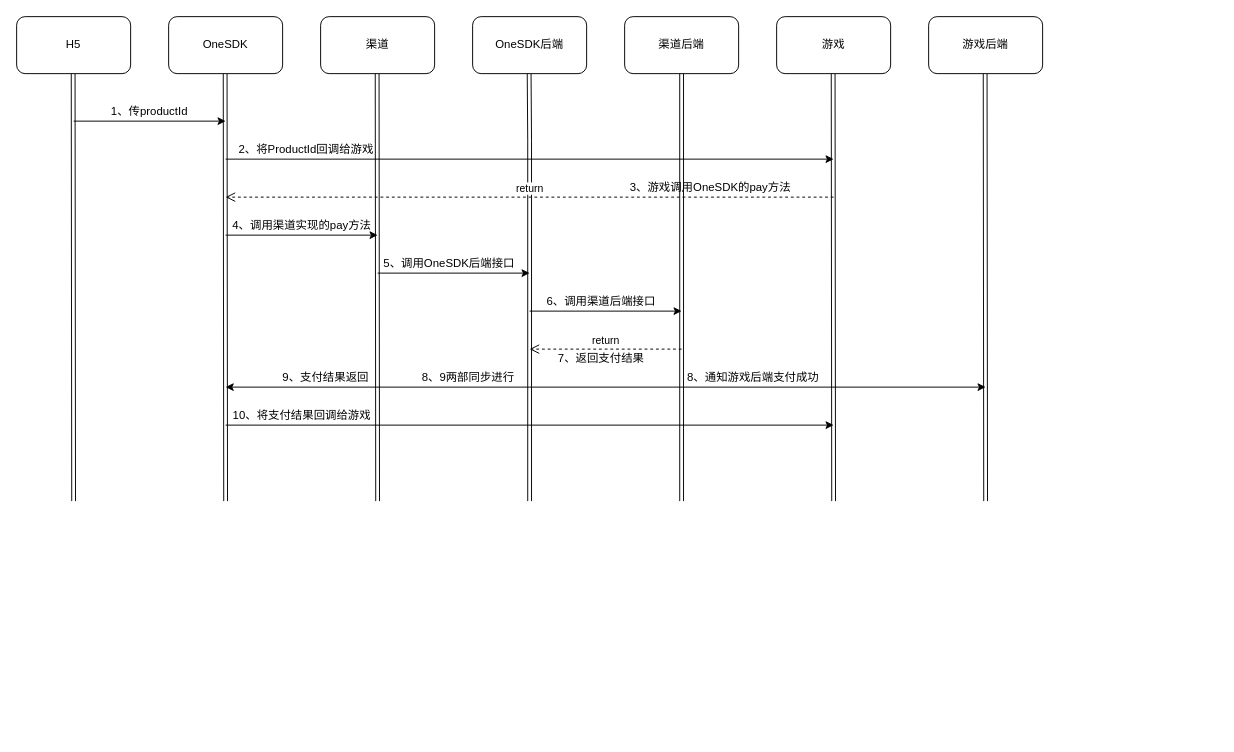
Above: Untitled Diagram.drawio in chenchaoPgy/beisaier (draw.io), before the change. Source tidied: cells renumbered, new cells numbered last; positions are measured from the earlier drawing's top-left corner, leaving out a move shared by most shapes. Both pictures are drawn from the tidied source at 95%, with x=0, y=0 at pixel (16, 16).
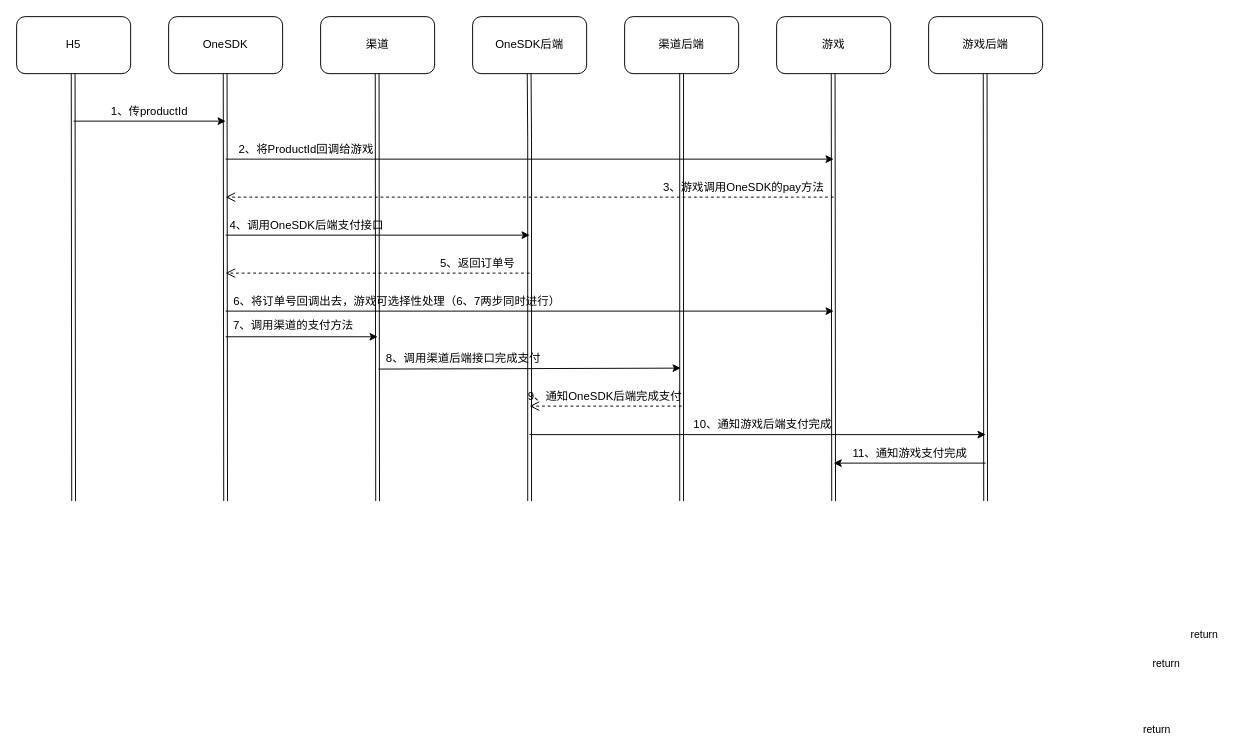
The same diagram, later.

Diff of the diagram source:
```diff
@@
     <mxCell id="20" value="return" style="html=1;verticalAlign=bottom;endArrow=open;dashed=1;endSize=8;" parent="1" edge="1">
-      <mxGeometry relative="1" as="geometry">
+      <mxGeometry x="-1" y="611" relative="1" as="geometry">
         <mxPoint x="860" y="190" as="sourcePoint" />
         <mxPoint x="220" y="190" as="targetPoint" />
+        <mxPoint x="390" y="-141" as="offset" />
       </mxGeometry>
     </mxCell>
     <mxCell id="21" value="3、游戏调用OneSDK的pay方法" style="text;html=1;align=center;verticalAlign=middle;strokeColor=none;" parent="1" vertex="1">
-      <mxGeometry x="640" y="170" width="180" height="20" as="geometry" />
+      <mxGeometry x="675" y="170" width="180" height="20" as="geometry" />
     </mxCell>
     <mxCell id="22" style="endArrow=classic;html=1;" parent="1" edge="1">
       <mxGeometry relative="1" as="geometry">
         <mxPoint x="220" y="230" as="sourcePoint" />
-        <mxPoint x="380" y="230" as="targetPoint" />
+        <mxPoint x="540" y="230" as="targetPoint" />
       </mxGeometry>
     </mxCell>
-    <mxCell id="23" value="4、调用渠道实现的pay方法" style="text;html=1;align=center;verticalAlign=middle;strokeColor=none;" parent="1" vertex="1">
-      <mxGeometry x="220" y="210" width="160" height="20" as="geometry" />
+    <mxCell id="23" value="4、调用OneSDK后端支付接口" style="text;html=1;align=center;verticalAlign=middle;strokeColor=none;" parent="1" vertex="1">
+      <mxGeometry x="215" y="210" width="180" height="20" as="geometry" />
     </mxCell>
     <mxCell id="24" style="endArrow=classic;html=1;" parent="1" edge="1">
       <mxGeometry relative="1" as="geometry">
-        <mxPoint x="380" y="270" as="sourcePoint" />
-        <mxPoint x="540" y="270" as="targetPoint" />
+        <mxPoint x="220" y="337" as="sourcePoint" />
+        <mxPoint x="380" y="337" as="targetPoint" />
       </mxGeometry>
     </mxCell>
-    <mxCell id="25" value="5、调用OneSDK后端接口" style="text;html=1;align=center;verticalAlign=middle;strokeColor=none;" parent="1" vertex="1">
-      <mxGeometry x="380" y="250" width="150" height="20" as="geometry" />
+    <mxCell id="25" value="5、返回订单号" style="text;html=1;align=center;verticalAlign=middle;strokeColor=none;" parent="1" vertex="1">
+      <mxGeometry x="440" y="250" width="90" height="20" as="geometry" />
     </mxCell>
-    <mxCell id="26" style="endArrow=classic;html=1;" parent="1" edge="1">
+    <mxCell id="26" style="endArrow=classic;html=1;entryX=-0.013;entryY=0.95;entryDx=0;entryDy=0;entryPerimeter=0;" parent="1" edge="1">
       <mxGeometry relative="1" as="geometry">
-        <mxPoint x="540" y="310" as="sourcePoint" />
-        <mxPoint x="700" y="310" as="targetPoint" />
+        <mxPoint x="381" y="371" as="sourcePoint" />
+        <mxPoint x="699" y="370" as="targetPoint" />
       </mxGeometry>
     </mxCell>
-    <mxCell id="27" value="6、调用渠道后端接口" style="text;html=1;align=center;verticalAlign=middle;strokeColor=none;" parent="1" vertex="1">
-      <mxGeometry x="550" y="290" width="130" height="20" as="geometry" />
+    <mxCell id="27" value="8、调用渠道后端接口完成支付" style="text;html=1;align=center;verticalAlign=middle;strokeColor=none;" parent="1" vertex="1">
+      <mxGeometry x="380" y="350" width="180" height="20" as="geometry" />
     </mxCell>
     <mxCell id="28" value="return" style="html=1;verticalAlign=bottom;endArrow=open;dashed=1;endSize=8;" parent="1" edge="1">
-      <mxGeometry relative="1" as="geometry">
-        <mxPoint x="700" y="350" as="sourcePoint" />
-        <mxPoint x="540" y="350" as="targetPoint" />
+      <mxGeometry x="-1" y="610" relative="1" as="geometry">
+        <mxPoint x="700" y="410" as="sourcePoint" />
+        <mxPoint x="540" y="410" as="targetPoint" />
+        <Array as="points">
+          <mxPoint x="620" y="410" />
+        </Array>
+        <mxPoint x="500" y="-260" as="offset" />
       </mxGeometry>
     </mxCell>
-    <mxCell id="29" value="7、返回支付结果" style="text;html=1;align=center;verticalAlign=middle;strokeColor=none;" parent="1" vertex="1">
-      <mxGeometry x="560" y="350" width="110" height="20" as="geometry" />
+    <mxCell id="29" value="9、通知OneSDK后端完成支付" style="text;html=1;align=center;verticalAlign=middle;strokeColor=none;" parent="1" vertex="1">
+      <mxGeometry x="529" y="390" width="180" height="20" as="geometry" />
     </mxCell>
     <mxCell id="30" style="endArrow=classic;html=1;" parent="1" edge="1">
       <mxGeometry relative="1" as="geometry">
-        <mxPoint x="540" y="390" as="sourcePoint" />
-        <mxPoint x="1020" y="390" as="targetPoint" />
+        <mxPoint x="540" y="440" as="sourcePoint" />
+        <mxPoint x="1020" y="440" as="targetPoint" />
       </mxGeometry>
     </mxCell>
-    <mxCell id="31" value="8、通知游戏后端支付成功" style="text;html=1;align=center;verticalAlign=middle;strokeColor=none;" parent="1" vertex="1">
-      <mxGeometry x="700" y="370" width="150" height="20" as="geometry" />
-    </mxCell>
     <mxCell id="32" style="endArrow=classic;html=1;" parent="1" edge="1">
       <mxGeometry relative="1" as="geometry">
-        <mxPoint x="540" y="390" as="sourcePoint" />
-        <mxPoint x="220" y="390" as="targetPoint" />
+        <mxPoint x="1020" y="470" as="sourcePoint" />
+        <mxPoint x="860" y="470" as="targetPoint" />
       </mxGeometry>
     </mxCell>
-    <mxCell id="33" value="9、支付结果返回" style="text;html=1;align=center;verticalAlign=middle;strokeColor=none;" parent="1" vertex="1">
-      <mxGeometry x="270" y="370" width="110" height="20" as="geometry" />
-    </mxCell>
-    <mxCell id="34" style="endArrow=classic;html=1;" parent="1" edge="1">
-      <mxGeometry relative="1" as="geometry">
-        <mxPoint x="220" y="430" as="sourcePoint" />
-        <mxPoint x="860" y="430" as="targetPoint" />
-      </mxGeometry>
-    </mxCell>
-    <mxCell id="35" value="10、将支付结果回调给游戏" style="text;html=1;align=center;verticalAlign=middle;strokeColor=none;" parent="1" vertex="1">
-      <mxGeometry x="220" y="410" width="160" height="20" as="geometry" />
-    </mxCell>
-    <mxCell id="36" value="8、9两部同步进行" style="text;html=1;align=center;verticalAlign=middle;strokeColor=none;" parent="1" vertex="1">
-      <mxGeometry x="420" y="370" width="110" height="20" as="geometry" />
-    </mxCell>
+    <mxCell id="37" value="return" style="html=1;verticalAlign=bottom;endArrow=open;dashed=1;endSize=8;" parent="1" edge="1">
+      <mxGeometry x="-1" y="791" relative="1" as="geometry">
+        <mxPoint x="540" y="270" as="sourcePoint" />
+        <mxPoint x="220" y="270" as="targetPoint" />
+        <mxPoint x="670" y="-371" as="offset" />
+      </mxGeometry>
+    </mxCell>
+    <mxCell id="38" value="7、调用渠道的支付方法" style="text;html=1;align=center;verticalAlign=middle;strokeColor=none;" parent="1" vertex="1">
+      <mxGeometry x="221" y="315" width="140" height="20" as="geometry" />
+    </mxCell>
+    <mxCell id="39" value="10、通知游戏后端支付完成" style="text;html=1;align=center;verticalAlign=middle;strokeColor=none;" parent="1" vertex="1">
+      <mxGeometry x="705" y="420" width="160" height="20" as="geometry" />
+    </mxCell>
+    <mxCell id="40" value="11、通知游戏支付完成" style="text;html=1;align=center;verticalAlign=middle;strokeColor=none;" parent="1" vertex="1">
+      <mxGeometry x="870" y="450" width="140" height="20" as="geometry" />
+    </mxCell>
+    <mxCell id="41" style="endArrow=classic;html=1;" parent="1" edge="1">
+      <mxGeometry relative="1" as="geometry">
+        <mxPoint x="220" y="310" as="sourcePoint" />
+        <mxPoint x="860" y="310" as="targetPoint" />
+      </mxGeometry>
+    </mxCell>
+    <mxCell id="42" value="6、将订单号回调出去，游戏可选择性处理（6、7两步同时进行）" style="text;html=1;align=center;verticalAlign=middle;strokeColor=none;" parent="1" vertex="1">
+      <mxGeometry x="220" y="290" width="360" height="20" as="geometry" />
+    </mxCell>
```
